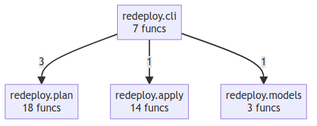
maskservice/redeploy keeps this Mermaid diagram as project/compact_flow.png. Above is the earlier version. Its source is kept beside it as project/compact_flow.mmd. Its diagram source:
```mermaid
flowchart TD
    redeploy__apply["redeploy.apply<br/>14 funcs"]
    redeploy__cli["redeploy.cli<br/>7 funcs"]
    redeploy__models["redeploy.models<br/>3 funcs"]
    redeploy__plan["redeploy.plan<br/>18 funcs"]
    redeploy__cli -->|3| redeploy__plan
    redeploy__cli -->|1| redeploy__apply
    redeploy__cli -->|1| redeploy__models
```
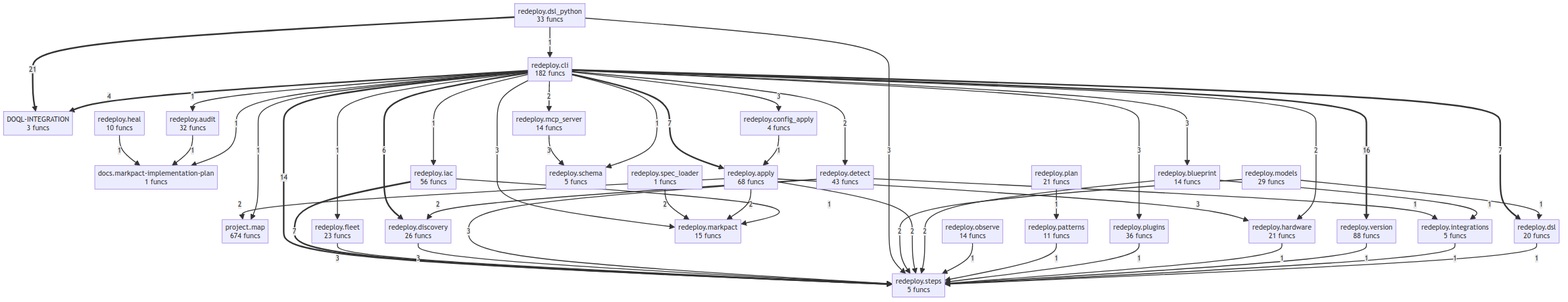
Above is the later version.

The edit, as a diff of the source:
```diff
@@ -1,8 +1,79 @@
 flowchart TD
-    redeploy__apply["redeploy.apply<br/>14 funcs"]
-    redeploy__cli["redeploy.cli<br/>7 funcs"]
-    redeploy__models["redeploy.models<br/>3 funcs"]
-    redeploy__plan["redeploy.plan<br/>18 funcs"]
-    redeploy__cli -->|3| redeploy__plan
-    redeploy__cli -->|1| redeploy__apply
-    redeploy__cli -->|1| redeploy__models
+    DOQL_INTEGRATION["DOQL-INTEGRATION<br/>3 funcs"]
+    docs__markpact_implementation_plan["docs.markpact-implementation-plan<br/>1 funcs"]
+    project__map["project.map<br/>674 funcs"]
+    redeploy__apply["redeploy.apply<br/>68 funcs"]
+    redeploy__audit["redeploy.audit<br/>32 funcs"]
+    redeploy__blueprint["redeploy.blueprint<br/>14 funcs"]
+    redeploy__cli["redeploy.cli<br/>182 funcs"]
+    redeploy__config_apply["redeploy.config_apply<br/>4 funcs"]
+    redeploy__detect["redeploy.detect<br/>43 funcs"]
+    redeploy__discovery["redeploy.discovery<br/>26 funcs"]
+    redeploy__dsl["redeploy.dsl<br/>20 funcs"]
+    redeploy__dsl_python["redeploy.dsl_python<br/>33 funcs"]
+    redeploy__fleet["redeploy.fleet<br/>23 funcs"]
+    redeploy__hardware["redeploy.hardware<br/>21 funcs"]
+    redeploy__heal["redeploy.heal<br/>10 funcs"]
+    redeploy__iac["redeploy.iac<br/>56 funcs"]
+    redeploy__integrations["redeploy.integrations<br/>5 funcs"]
+    redeploy__markpact["redeploy.markpact<br/>15 funcs"]
+    redeploy__mcp_server["redeploy.mcp_server<br/>14 funcs"]
+    redeploy__models["redeploy.models<br/>29 funcs"]
+    redeploy__observe["redeploy.observe<br/>14 funcs"]
+    redeploy__patterns["redeploy.patterns<br/>11 funcs"]
+    redeploy__plan["redeploy.plan<br/>21 funcs"]
+    redeploy__plugins["redeploy.plugins<br/>36 funcs"]
+    redeploy__schema["redeploy.schema<br/>5 funcs"]
+    redeploy__spec_loader["redeploy.spec_loader<br/>1 funcs"]
+    redeploy__steps["redeploy.steps<br/>5 funcs"]
+    redeploy__version["redeploy.version<br/>88 funcs"]
+    redeploy__dsl_python ==>|21| DOQL_INTEGRATION
+    redeploy__cli ==>|16| redeploy__version
+    redeploy__cli ==>|14| redeploy__steps
+    redeploy__cli ==>|7| redeploy__dsl
+    redeploy__cli ==>|7| redeploy__apply
+    redeploy__iac ==>|7| redeploy__steps
+    redeploy__cli ==>|6| redeploy__discovery
+    redeploy__cli ==>|4| DOQL_INTEGRATION
+    redeploy__fleet -->|3| redeploy__steps
+    redeploy__discovery -->|3| redeploy__steps
+    redeploy__mcp_server -->|3| redeploy__schema
+    redeploy__detect -->|3| redeploy__steps
+    redeploy__cli -->|3| redeploy__plugins
+    redeploy__cli -->|3| redeploy__markpact
+    redeploy__cli -->|3| redeploy__blueprint
+    redeploy__cli -->|3| redeploy__config_apply
+    redeploy__dsl_python -->|3| redeploy__steps
+    redeploy__apply -->|3| redeploy__hardware
+    redeploy__models -->|2| redeploy__steps
+    redeploy__spec_loader -->|2| redeploy__markpact
+    redeploy__detect -->|2| redeploy__discovery
+    redeploy__cli -->|2| redeploy__mcp_server
+    redeploy__cli -->|2| redeploy__detect
+    redeploy__cli -->|2| redeploy__hardware
+    redeploy__apply -->|2| project__map
+    redeploy__apply -->|2| redeploy__markpact
+    redeploy__apply -->|2| redeploy__steps
+    redeploy__blueprint -->|2| redeploy__steps
+    redeploy__observe -->|1| redeploy__steps
+    redeploy__heal -->|1| docs__markpact_implementation_plan
+    redeploy__models -->|1| redeploy__dsl
+    redeploy__patterns -->|1| redeploy__steps
+    redeploy__audit -->|1| docs__markpact_implementation_plan
+    redeploy__detect -->|1| redeploy__integrations
+    redeploy__config_apply -->|1| redeploy__apply
+    redeploy__cli -->|1| docs__markpact_implementation_plan
+    redeploy__cli -->|1| redeploy__fleet
+    redeploy__cli -->|1| redeploy__schema
+    redeploy__cli -->|1| redeploy__audit
+    redeploy__plugins -->|1| redeploy__steps
+    redeploy__dsl_python -->|1| redeploy__cli
+    redeploy__hardware -->|1| redeploy__steps
+    redeploy__version -->|1| redeploy__steps
+    redeploy__plan -->|1| redeploy__patterns
+    redeploy__blueprint -->|1| redeploy__integrations
+    redeploy__integrations -->|1| redeploy__steps
+    redeploy__dsl -->|1| redeploy__steps
+    redeploy__iac -->|1| redeploy__markpact
+    redeploy__cli -->|1| redeploy__iac
+    redeploy__cli -->|1| project__map
```
